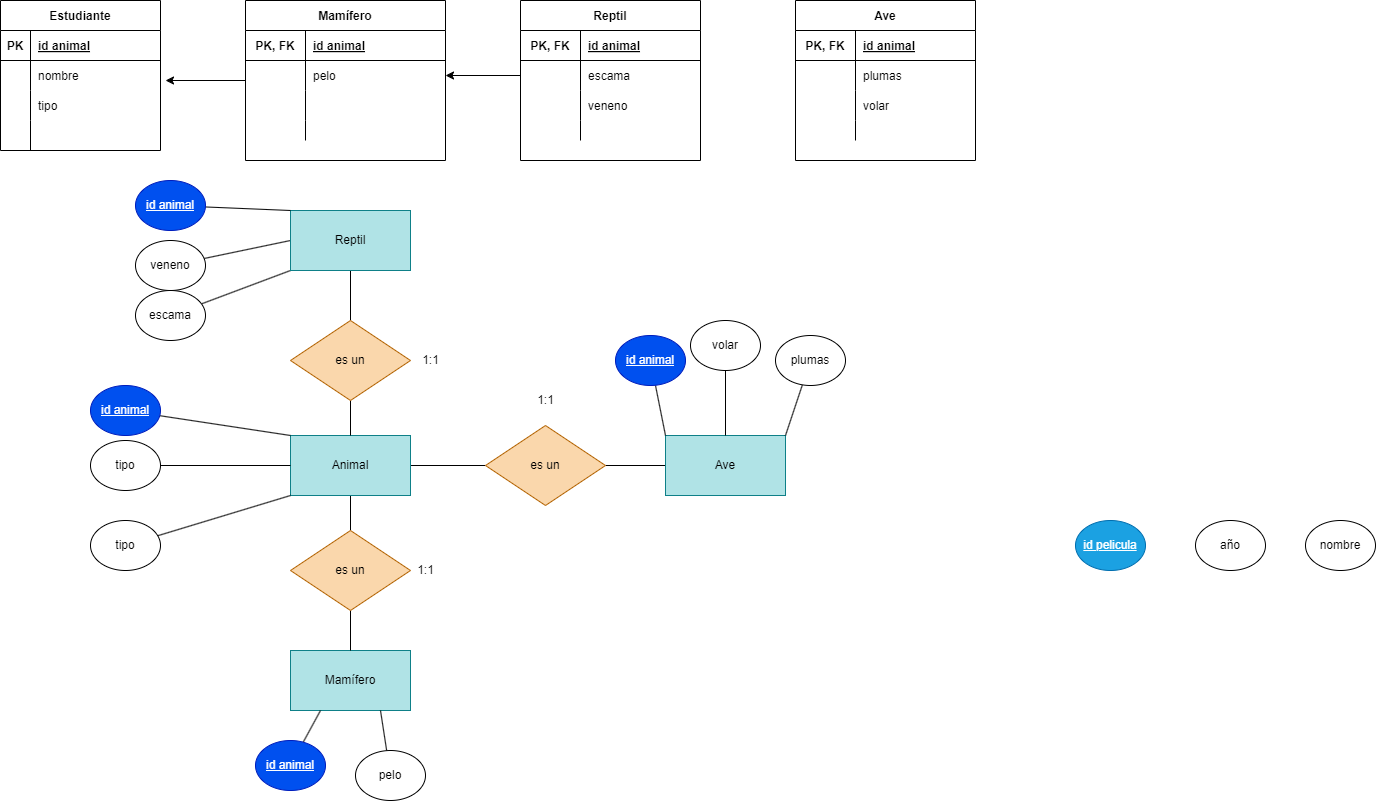
The draw.io diagram Tareas/Unidad2/ejercicio2.18.drawio.png in WhiteCascade/BAE, before a commit. Source tidied: cells renumbered, new cells last; positions are measured from the earlier drawing's top-left corner, leaving out a move shared by most shapes.
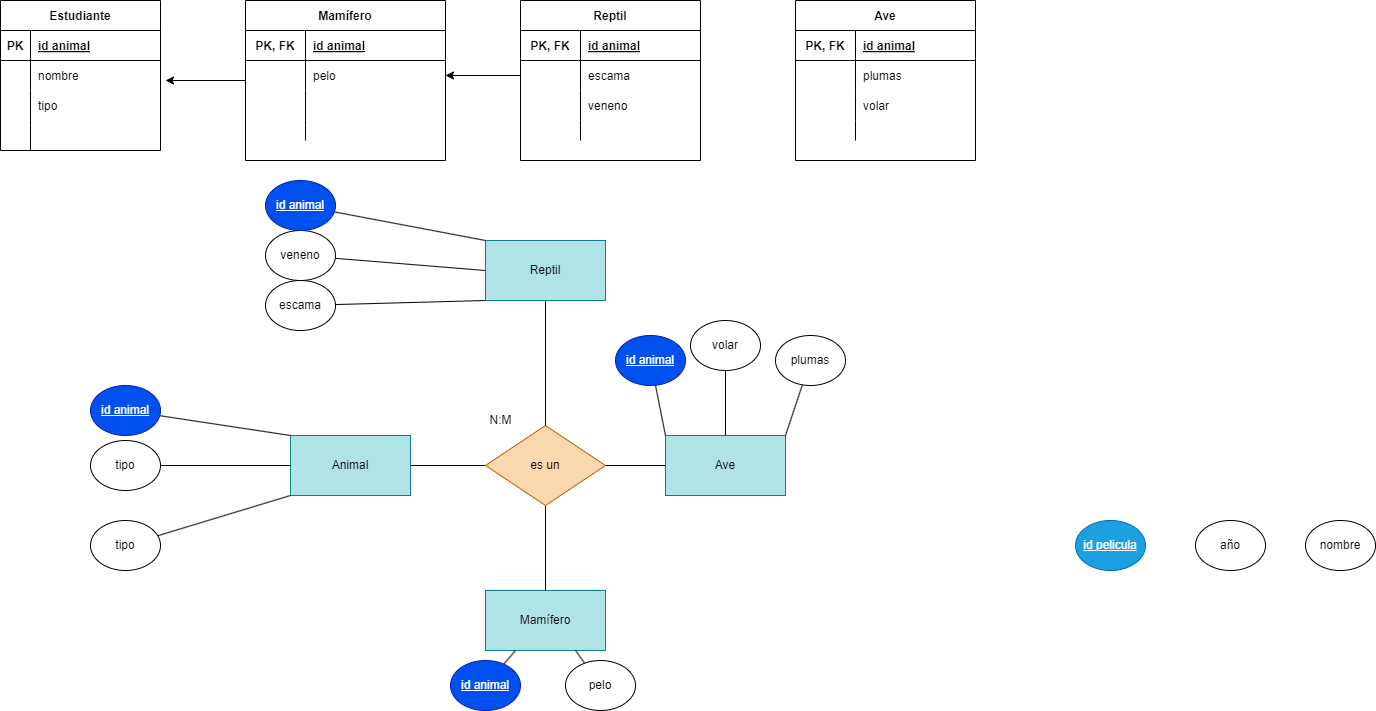
The same diagram one commit later.

Change to the diagram source:
```diff
@@ -2,9 +2,6 @@
   <root>
     <mxCell id="0" />
     <mxCell id="1" parent="0" />
-    <mxCell id="2" style="edgeStyle=none;html=1;endArrow=none;endFill=0;" parent="1" edge="1" source="4" target="7">
-      <mxGeometry relative="1" as="geometry" />
-    </mxCell>
     <mxCell id="3" style="edgeStyle=none;html=1;entryX=0;entryY=0.5;entryDx=0;entryDy=0;endArrow=none;endFill=0;" parent="1" edge="1" source="4" target="9">
       <mxGeometry relative="1" as="geometry" />
     </mxCell>
@@ -12,14 +9,11 @@
       <mxGeometry x="290" y="435" width="120" height="60" as="geometry" />
     </mxCell>
     <mxCell id="5" value="Mamífero" style="rounded=0;whiteSpace=wrap;html=1;fillColor=#b0e3e6;strokeColor=#0e8088;" parent="1" vertex="1">
-      <mxGeometry x="290" y="650" width="120" height="60" as="geometry" />
+      <mxGeometry x="485" y="590" width="120" height="60" as="geometry" />
     </mxCell>
-    <mxCell id="6" style="edgeStyle=none;html=1;endArrow=none;endFill=0;" parent="1" edge="1" source="7" target="5">
+    <mxCell id="6" style="edgeStyle=none;html=1;endArrow=none;endFill=0;exitX=0.5;exitY=1;exitDx=0;exitDy=0;" parent="1" edge="1" source="9" target="5">
       <mxGeometry relative="1" as="geometry" />
     </mxCell>
-    <mxCell id="7" value="es un" style="rhombus;whiteSpace=wrap;html=1;fillColor=#fad7ac;strokeColor=#b46504;" parent="1" vertex="1">
-      <mxGeometry x="290" y="530" width="120" height="80" as="geometry" />
-    </mxCell>
     <mxCell id="8" style="edgeStyle=none;html=1;endArrow=none;endFill=0;" parent="1" edge="1" source="9" target="10">
       <mxGeometry relative="1" as="geometry" />
     </mxCell>
@@ -45,13 +39,13 @@
       <mxGeometry relative="1" as="geometry" />
     </mxCell>
     <mxCell id="16" value="&lt;u&gt;id animal&lt;/u&gt;" style="ellipse;whiteSpace=wrap;html=1;fillColor=#0050ef;fontColor=#ffffff;strokeColor=#001DBC;" parent="1" vertex="1">
-      <mxGeometry x="255" y="740" width="70" height="50" as="geometry" />
+      <mxGeometry x="450" y="660" width="70" height="50" as="geometry" />
     </mxCell>
     <mxCell id="17" style="edgeStyle=none;html=1;entryX=0.75;entryY=1;entryDx=0;entryDy=0;endArrow=none;endFill=0;" parent="1" edge="1" source="18" target="5">
       <mxGeometry relative="1" as="geometry" />
     </mxCell>
     <mxCell id="18" value="pelo" style="ellipse;whiteSpace=wrap;html=1;" parent="1" vertex="1">
-      <mxGeometry x="355" y="750" width="70" height="50" as="geometry" />
+      <mxGeometry x="565" y="660" width="70" height="50" as="geometry" />
     </mxCell>
     <mxCell id="19" value="&lt;u&gt;id pelicula&lt;/u&gt;" style="ellipse;whiteSpace=wrap;html=1;fillColor=#1ba1e2;fontColor=#ffffff;strokeColor=#006EAF;" parent="1" vertex="1">
       <mxGeometry x="1075" y="520" width="70" height="50" as="geometry" />
@@ -90,17 +84,14 @@
       <mxGeometry relative="1" as="geometry" />
     </mxCell>
     <mxCell id="31" value="veneno" style="ellipse;whiteSpace=wrap;html=1;" parent="1" vertex="1">
-      <mxGeometry x="135" y="240" width="70" height="50" as="geometry" />
+      <mxGeometry x="265" y="230" width="70" height="50" as="geometry" />
     </mxCell>
     <mxCell id="32" style="edgeStyle=none;html=1;entryX=0;entryY=1;entryDx=0;entryDy=0;endArrow=none;endFill=0;" parent="1" edge="1" source="33" target="93">
       <mxGeometry relative="1" as="geometry" />
     </mxCell>
     <mxCell id="33" value="escama" style="ellipse;whiteSpace=wrap;html=1;" parent="1" vertex="1">
-      <mxGeometry x="135" y="290" width="70" height="50" as="geometry" />
+      <mxGeometry x="265" y="280" width="70" height="50" as="geometry" />
     </mxCell>
-    <mxCell id="34" value="1:1" style="text;html=1;align=center;verticalAlign=middle;strokeColor=none;fillColor=none;" parent="1" vertex="1">
-      <mxGeometry x="405" y="555" width="40" height="30" as="geometry" />
-    </mxCell>
     <mxCell id="35" value="Estudiante" style="shape=table;startSize=30;rowLines=0;fontStyle=1;align=center;" parent="1" vertex="1">
       <mxGeometry width="160" height="150" as="geometry" />
     </mxCell>
@@ -268,29 +259,20 @@
     <mxCell id="89" style="edgeStyle=none;html=1;endArrow=classic;endFill=1;" parent="1" edge="1" source="53" target="67">
       <mxGeometry relative="1" as="geometry" />
     </mxCell>
-    <mxCell id="90" style="edgeStyle=none;html=1;endArrow=none;endFill=0;" parent="1" edge="1" source="92" target="93">
-      <mxGeometry relative="1" as="geometry" />
-    </mxCell>
-    <mxCell id="91" style="edgeStyle=none;html=1;endArrow=none;endFill=0;" parent="1" edge="1" source="92" target="4">
-      <mxGeometry relative="1" as="geometry" />
-    </mxCell>
-    <mxCell id="92" value="es un" style="rhombus;whiteSpace=wrap;html=1;fillColor=#fad7ac;strokeColor=#b46504;" parent="1" vertex="1">
-      <mxGeometry x="290" y="320" width="120" height="80" as="geometry" />
-    </mxCell>
+    <mxCell id="98" style="edgeStyle=none;html=1;entryX=0.5;entryY=0;entryDx=0;entryDy=0;endArrow=none;endFill=0;" parent="1" edge="1" source="93" target="9">
+      <mxGeometry relative="1" as="geometry" />
+    </mxCell>
     <mxCell id="93" value="Reptil" style="rounded=0;whiteSpace=wrap;html=1;fillColor=#b0e3e6;strokeColor=#0e8088;" parent="1" vertex="1">
-      <mxGeometry x="290" y="210" width="120" height="60" as="geometry" />
+      <mxGeometry x="485" y="240" width="120" height="60" as="geometry" />
     </mxCell>
     <mxCell id="94" style="edgeStyle=none;html=1;entryX=0;entryY=0;entryDx=0;entryDy=0;endArrow=none;endFill=0;" parent="1" edge="1" source="95" target="93">
       <mxGeometry relative="1" as="geometry" />
     </mxCell>
     <mxCell id="95" value="&lt;u&gt;id animal&lt;/u&gt;" style="ellipse;whiteSpace=wrap;html=1;fillColor=#0050ef;fontColor=#ffffff;strokeColor=#001DBC;" parent="1" vertex="1">
-      <mxGeometry x="135" y="180" width="70" height="50" as="geometry" />
+      <mxGeometry x="265" y="180" width="70" height="50" as="geometry" />
     </mxCell>
-    <mxCell id="96" value="1:1" style="text;html=1;align=center;verticalAlign=middle;strokeColor=none;fillColor=none;" parent="1" vertex="1">
-      <mxGeometry x="410" y="345" width="40" height="30" as="geometry" />
-    </mxCell>
-    <mxCell id="97" value="1:1" style="text;html=1;align=center;verticalAlign=middle;strokeColor=none;fillColor=none;" parent="1" vertex="1">
-      <mxGeometry x="525" y="385" width="40" height="30" as="geometry" />
-    </mxCell>
+    <mxCell id="99" value="N:M" style="text;html=1;align=center;verticalAlign=middle;strokeColor=none;fillColor=none;" parent="1" vertex="1">
+      <mxGeometry x="475" y="405" width="50" height="30" as="geometry" />
+    </mxCell>
   </root>
 </mxGraphModel>
```
